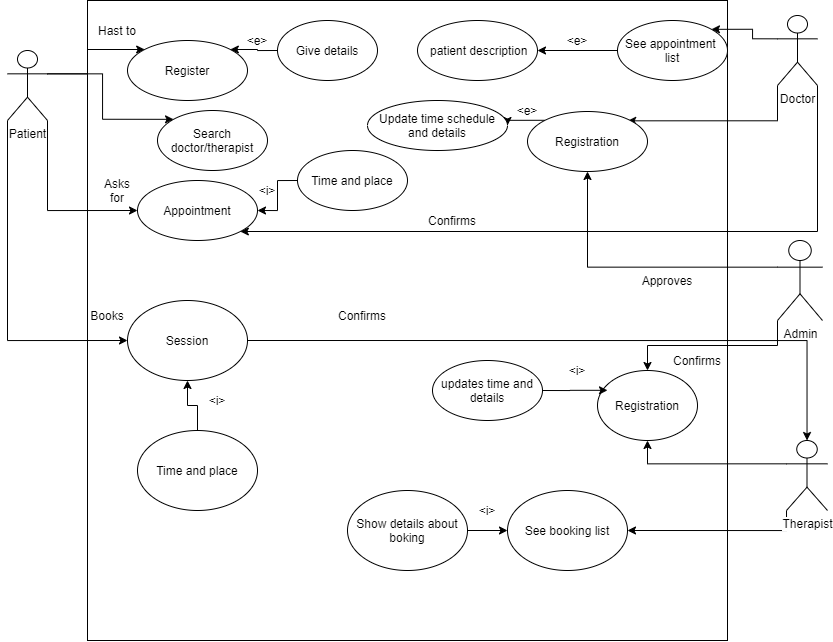
PlabonKumarsaha/Autism_Care keeps this draw.io diagram as usecase.png. Above is the earlier version. Source tidied: cells renumbered, new cells last; positions are measured from the earlier drawing's top-left corner, leaving out a move shared by most shapes.
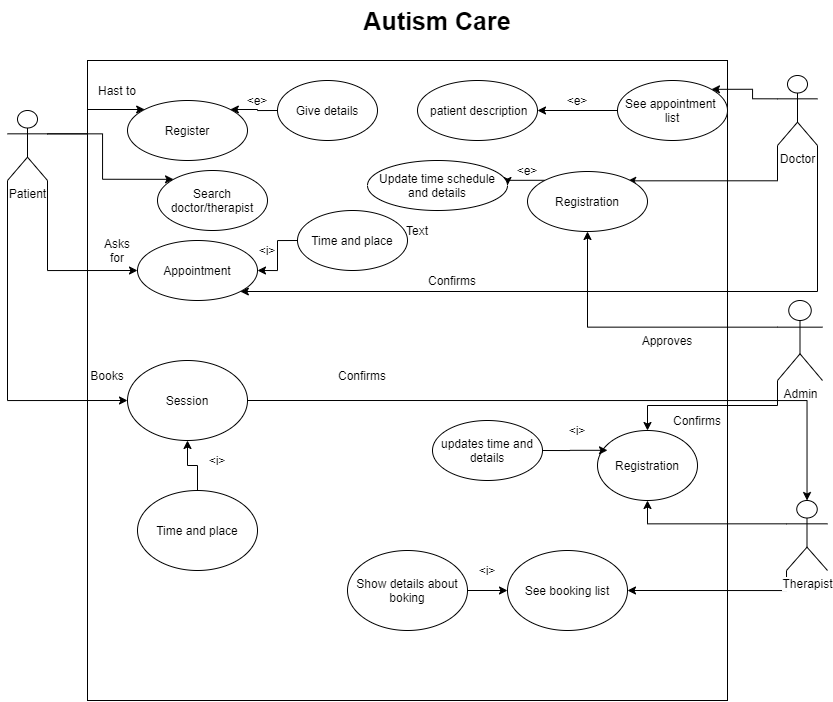
Above is the later version.

What changed in the source:
```diff
@@ -165,5 +165,11 @@
     <mxCell id="54" value="Books" style="text;html=1;strokeColor=none;fillColor=none;align=center;verticalAlign=middle;whiteSpace=wrap;rounded=0;" parent="1" vertex="1">
       <mxGeometry x="80" y="305" width="40" height="20" as="geometry" />
     </mxCell>
+    <mxCell id="55" value="Text" style="text;html=1;strokeColor=none;fillColor=none;align=center;verticalAlign=middle;whiteSpace=wrap;rounded=0;" parent="1" vertex="1">
+      <mxGeometry x="390" y="160" width="40" height="20" as="geometry" />
+    </mxCell>
+    <mxCell id="56" value="&lt;b style=&quot;font-size: 25px&quot;&gt;Autism Care&lt;/b&gt;" style="text;html=1;strokeColor=none;fillColor=none;align=center;verticalAlign=middle;whiteSpace=wrap;rounded=0;" parent="1" vertex="1">
+      <mxGeometry x="320" y="-60" width="220" height="40" as="geometry" />
+    </mxCell>
   </root>
 </mxGraphModel>
```
